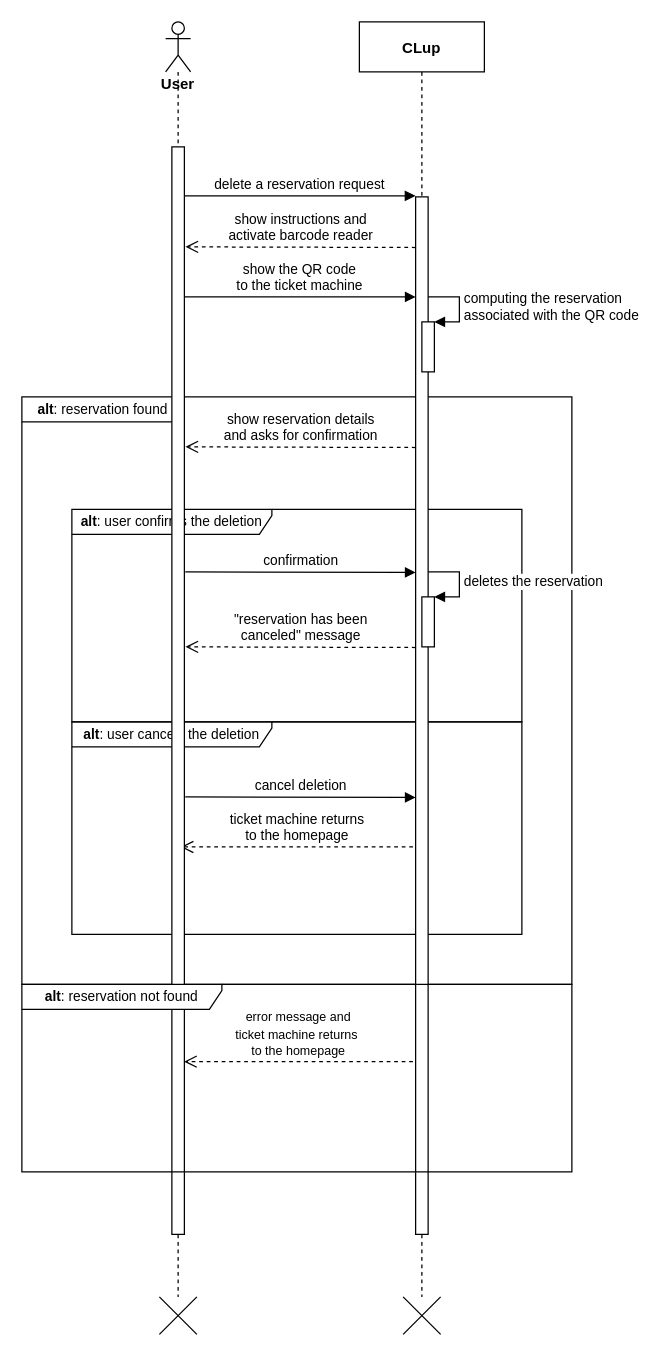
Before: RASD/assets/sequence_diagrams/UC14 diagram.drawio in CosimoSguanci/SguanciSpataforaVergani-RASD-DD-ingsw2, a draw.io diagram. Source tidied: cells renumbered, new cells numbered last; positions are measured from the earlier drawing's top-left corner, leaving out a move shared by most shapes. Both pictures are drawn from the tidied source at 125%, with x=0, y=0 at pixel (21, 21).
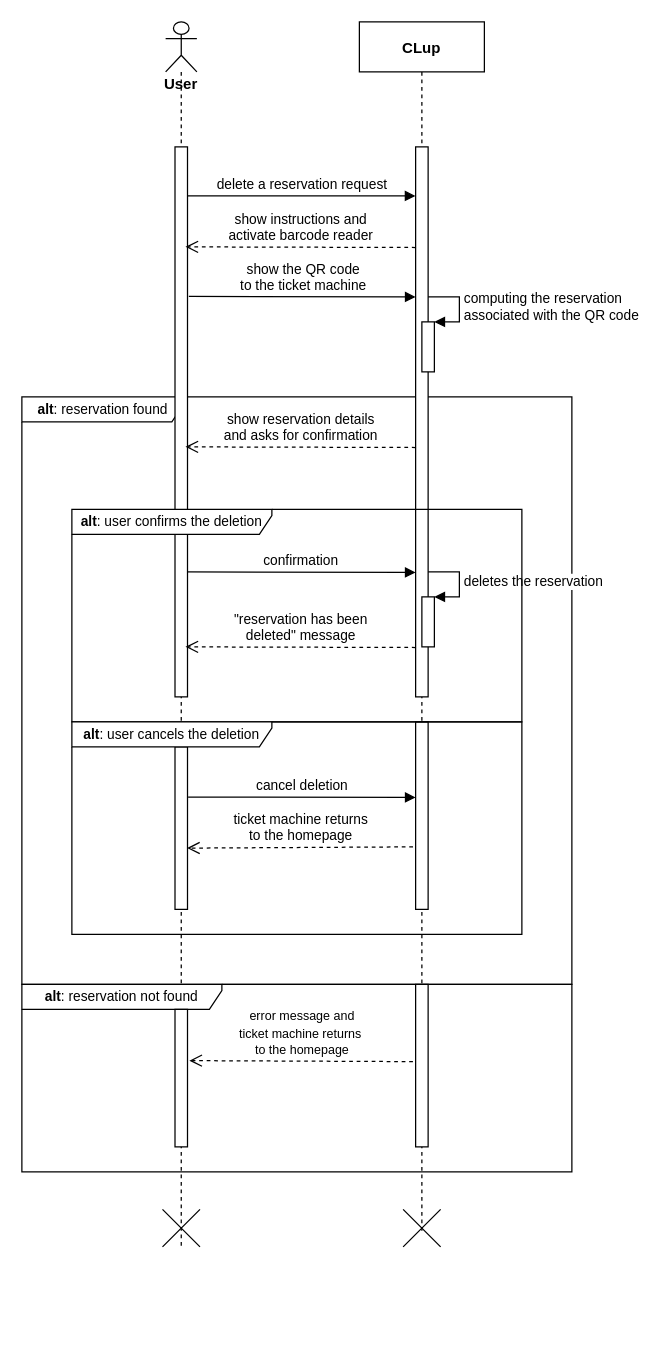
After the change.

Commit message (it also covers changes not shown here):
updated sequence diagrams for UC 12-13-14

Unchanged cells that the change refers to:
```xml
<mxCell id="23" value="&lt;font style=&quot;font-size: 11px&quot;&gt;&lt;b&gt;alt&lt;/b&gt;: reservation not found&lt;/font&gt;" style="shape=umlFrame;whiteSpace=wrap;html=1;width=160;height=20;" parent="1" vertex="1">
  <mxGeometry y="770" width="440" height="150" as="geometry" />
</mxCell>
```

What changed in the source:
```diff
@@
-    <mxCell id="3" value="&lt;font style=&quot;font-size: 11px&quot;&gt;&lt;b&gt;alt&lt;/b&gt;: user cancels the deletion&lt;/font&gt;" style="shape=umlFrame;whiteSpace=wrap;html=1;width=160;height=20;" parent="1" vertex="1">
-      <mxGeometry x="40" y="560" width="360" height="170" as="geometry" />
-    </mxCell>
-    <mxCell id="4" value="&lt;font style=&quot;font-size: 11px&quot;&gt;&lt;b&gt;alt&lt;/b&gt;: user confirms the deletion&lt;/font&gt;" style="shape=umlFrame;whiteSpace=wrap;html=1;width=160;height=20;" parent="1" vertex="1">
-      <mxGeometry x="40" y="390" width="360" height="170" as="geometry" />
-    </mxCell>
     <mxCell id="5" value="CLup" style="shape=umlLifeline;perimeter=lifelinePerimeter;rounded=0;shadow=0;strokeWidth=1;fontStyle=1;" parent="1" vertex="1">
-      <mxGeometry x="270" width="100" height="1020" as="geometry" />
+      <mxGeometry x="270" width="100" height="970" as="geometry" />
     </mxCell>
-    <mxCell id="6" style="html=1;points=[];perimeter=orthogonalPerimeter;" parent="5" vertex="1">
-      <mxGeometry x="45" y="140" width="10" height="830" as="geometry" />
-    </mxCell>
+    <mxCell id="26" style="html=1;perimeter=orthogonalPerimeter;" parent="5" vertex="1">
+      <mxGeometry x="45" y="100" width="10" height="440" as="geometry" />
+    </mxCell>
@@
+    <mxCell id="27" style="html=1;perimeter=orthogonalPerimeter;" parent="5" vertex="1">
+      <mxGeometry x="45" y="560" width="10" height="150" as="geometry" />
+    </mxCell>
-    <mxCell id="10" value="delete a reservation request" style="html=1;verticalAlign=bottom;endArrow=block;entryX=-0.014;entryY=-0.001;entryDx=0;entryDy=0;entryPerimeter=0;" parent="1" edge="1" source="15" target="6">
-      <mxGeometry relative="1" as="geometry" />
+    <mxCell id="10" value="delete a reservation request" style="html=1;verticalAlign=bottom;endArrow=block;entryX=-0.014;entryY=-0.001;entryDx=0;entryDy=0;entryPerimeter=0;" parent="1" edge="1" source="15">
+      <mxGeometry relative="1" as="geometry">
+        <mxPoint x="314.9" y="139.2" as="targetPoint" />
+      </mxGeometry>
     </mxCell>
-    <mxCell id="11" style="shape=umlDestroy;" parent="1" vertex="1">
-      <mxGeometry x="110" y="1020" width="30" height="30" as="geometry" />
-    </mxCell>
@@
-    <mxCell id="13" value="ticket machine returns &lt;br&gt;to the homepage" style="html=1;verticalAlign=bottom;endArrow=open;dashed=1;endSize=8;strokeColor=#000000;entryX=1.033;entryY=0.405;entryDx=0;entryDy=0;entryPerimeter=0;" parent="1" edge="1">
+    <mxCell id="13" value="ticket machine returns &lt;br&gt;to the homepage" style="html=1;verticalAlign=bottom;endArrow=open;dashed=1;endSize=8;strokeColor=#000000;entryX=0.967;entryY=0.623;entryDx=0;entryDy=0;entryPerimeter=0;" parent="1" edge="1" target="28">
       <mxGeometry relative="1" as="geometry">
         <mxPoint x="312.9" y="660" as="sourcePoint" />
-        <mxPoint x="127.1" y="660.1" as="targetPoint" />
       </mxGeometry>
     </mxCell>
     <mxCell id="14" value="&lt;b&gt;User&lt;/b&gt;" style="shape=umlLifeline;participant=umlActor;perimeter=lifelinePerimeter;whiteSpace=wrap;html=1;verticalAlign=top;spacingTop=36;size=40;" parent="1" vertex="1">
-      <mxGeometry x="115" width="20" height="1020" as="geometry" />
+      <mxGeometry x="115" width="25" height="980" as="geometry" />
     </mxCell>
     <mxCell id="15" style="html=1;points=[];perimeter=orthogonalPerimeter;" parent="14" vertex="1">
-      <mxGeometry x="5" y="100" width="10" height="870" as="geometry" />
+      <mxGeometry x="7.5" y="100" width="10" height="440" as="geometry" />
     </mxCell>
+    <mxCell id="28" style="html=1;points=[];perimeter=orthogonalPerimeter;" parent="14" vertex="1">
+      <mxGeometry x="7.5" y="580" width="10" height="130" as="geometry" />
+    </mxCell>
+    <mxCell id="11" style="shape=umlDestroy;" parent="14" vertex="1">
+      <mxGeometry x="-2.5" y="950" width="30" height="30" as="geometry" />
+    </mxCell>
@@
-    <mxCell id="17" value="&lt;font style=&quot;font-size: 11px&quot;&gt;show the QR code &lt;br&gt;to the ticket machine&lt;/font&gt;" style="html=1;verticalAlign=bottom;endArrow=block;entryX=-0.014;entryY=-0.001;entryDx=0;entryDy=0;entryPerimeter=0;" parent="1" edge="1">
+    <mxCell id="17" value="&lt;font style=&quot;font-size: 11px&quot;&gt;show the QR code &lt;br&gt;to the ticket machine&lt;/font&gt;" style="html=1;verticalAlign=bottom;endArrow=block;entryX=-0.014;entryY=-0.001;entryDx=0;entryDy=0;entryPerimeter=0;exitX=1.107;exitY=0.272;exitDx=0;exitDy=0;exitPerimeter=0;" parent="1" edge="1" source="15">
       <mxGeometry relative="1" as="geometry">
-        <mxPoint x="130.1" y="220" as="sourcePoint" />
         <mxPoint x="315" y="220" as="targetPoint" />
       </mxGeometry>
     </mxCell>
@@
-    <mxCell id="21" value="&quot;reservation has been &lt;br&gt;canceled&quot; message" style="html=1;verticalAlign=bottom;endArrow=open;dashed=1;endSize=8;strokeColor=#000000;entryX=1.033;entryY=0.405;entryDx=0;entryDy=0;entryPerimeter=0;exitX=-0.071;exitY=0.408;exitDx=0;exitDy=0;exitPerimeter=0;" parent="1" edge="1">
+    <mxCell id="21" value="&quot;reservation has been &lt;br&gt;deleted&quot; message" style="html=1;verticalAlign=bottom;endArrow=open;dashed=1;endSize=8;strokeColor=#000000;entryX=1.033;entryY=0.405;entryDx=0;entryDy=0;entryPerimeter=0;exitX=-0.071;exitY=0.408;exitDx=0;exitDy=0;exitPerimeter=0;" parent="1" edge="1">
       <mxGeometry relative="1" as="geometry">
         <mxPoint x="315" y="500.5" as="sourcePoint" />
         <mxPoint x="130.9" y="500" as="targetPoint" />
       </mxGeometry>
     </mxCell>
-    <mxCell id="22" value="cancel deletion" style="html=1;verticalAlign=bottom;endArrow=block;entryX=-0.071;entryY=0.234;entryDx=0;entryDy=0;entryPerimeter=0;" parent="1" edge="1">
+    <mxCell id="22" value="cancel deletion" style="html=1;verticalAlign=bottom;endArrow=block;entryX=-0.071;entryY=0.234;entryDx=0;entryDy=0;entryPerimeter=0;exitX=1.05;exitY=0.309;exitDx=0;exitDy=0;exitPerimeter=0;" parent="1" edge="1" source="28">
       <mxGeometry relative="1" as="geometry">
-        <mxPoint x="130.7" y="620" as="sourcePoint" />
         <mxPoint x="315" y="620.4" as="targetPoint" />
       </mxGeometry>
     </mxCell>
@@
-    <mxCell id="24" value="&lt;font style=&quot;font-size: 10px&quot;&gt;error message and &lt;br&gt;ticket machine returns&amp;nbsp;&lt;br&gt;to the homepage&lt;/font&gt;" style="html=1;verticalAlign=bottom;endArrow=open;dashed=1;endSize=8;strokeColor=#000000;entryX=0.295;entryY=0.412;entryDx=0;entryDy=0;entryPerimeter=0;exitX=0.711;exitY=0.412;exitDx=0;exitDy=0;exitPerimeter=0;" parent="1" edge="1" source="23" target="23">
-      <mxGeometry relative="1" as="geometry" />
+    <mxCell id="24" value="&lt;font style=&quot;font-size: 10px&quot;&gt;error message and &lt;br&gt;ticket machine returns&amp;nbsp;&lt;br&gt;to the homepage&lt;/font&gt;" style="html=1;verticalAlign=bottom;endArrow=open;dashed=1;endSize=8;strokeColor=#000000;exitX=0.711;exitY=0.412;exitDx=0;exitDy=0;exitPerimeter=0;" parent="1" edge="1" source="23">
+      <mxGeometry relative="1" as="geometry">
+        <mxPoint x="134" y="831" as="targetPoint" />
+      </mxGeometry>
     </mxCell>
     <mxCell id="25" style="shape=umlDestroy;" parent="1" vertex="1">
-      <mxGeometry x="305" y="1020" width="30" height="30" as="geometry" />
+      <mxGeometry x="305" y="950" width="30" height="30" as="geometry" />
     </mxCell>
+    <mxCell id="29" style="html=1;perimeter=orthogonalPerimeter;" parent="1" vertex="1">
+      <mxGeometry x="315" y="770" width="10" height="130" as="geometry" />
+    </mxCell>
+    <mxCell id="30" style="html=1;perimeter=orthogonalPerimeter;" parent="1" vertex="1">
+      <mxGeometry x="122.5" y="790" width="10" height="110" as="geometry" />
+    </mxCell>
+    <mxCell id="4" value="&lt;font style=&quot;font-size: 11px&quot;&gt;&lt;b&gt;alt&lt;/b&gt;: user confirms the deletion&lt;/font&gt;" style="shape=umlFrame;whiteSpace=wrap;html=1;width=160;height=20;" parent="1" vertex="1">
+      <mxGeometry x="40" y="390" width="360" height="170" as="geometry" />
+    </mxCell>
+    <mxCell id="3" value="&lt;font style=&quot;font-size: 11px&quot;&gt;&lt;b&gt;alt&lt;/b&gt;: user cancels the deletion&lt;/font&gt;" style="shape=umlFrame;whiteSpace=wrap;html=1;width=160;height=20;" parent="1" vertex="1">
+      <mxGeometry x="40" y="560" width="360" height="170" as="geometry" />
+    </mxCell>
```
